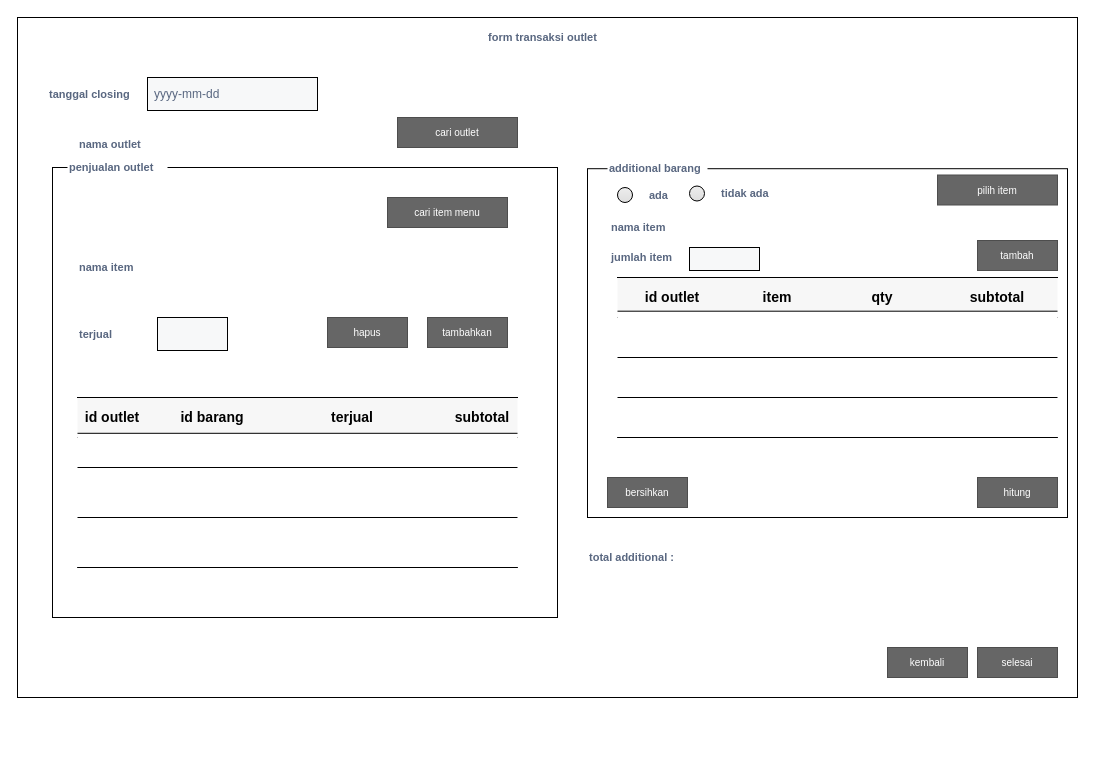
Earlier version of the draw.io diagram diagram/rancangan_layar/form_transaksi.drawio (mqnoy/kakapeh). Source tidied: cells renumbered, new cells numbered last; positions are measured from the earlier drawing's top-left corner, leaving out a move shared by most shapes. Both pictures are drawn from the tidied source at 100%, with x=0, y=0 at pixel (17, 17).
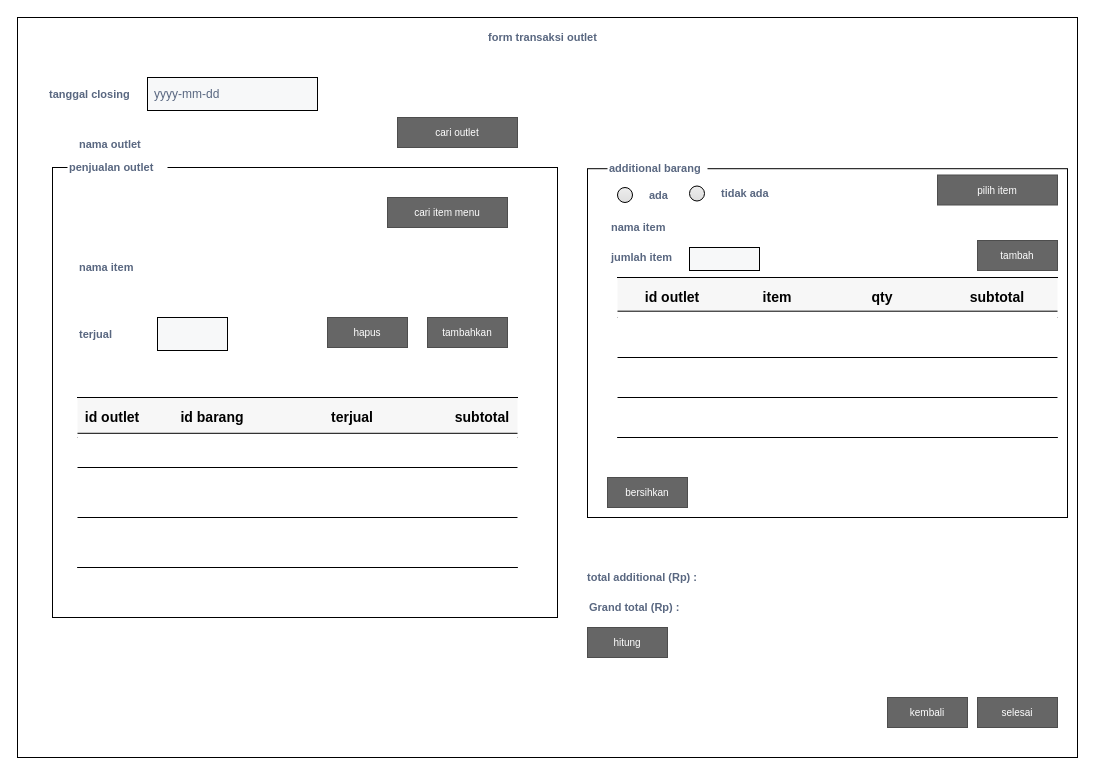
After the change.

The change refers to these unchanged cells:
```xml
<mxCell id="3" style="group;" parent="1" vertex="1">
  <mxGeometry x="570" y="140" width="480" height="360" as="geometry" />
</mxCell>
```

Diff of the diagram source:
```diff
@@
     <mxCell id="2" style="whiteSpace=wrap;html=1;rounded=0;shadow=0;labelBackgroundColor=none;strokeColor=#000000;strokeWidth=1;fillColor=none;fontFamily=Verdana;fontSize=12;fontColor=#000000;align=center;comic=0;" parent="1" vertex="1">
-      <mxGeometry width="1060" height="680" as="geometry" />
+      <mxGeometry width="1060" height="740" as="geometry" />
     </mxCell>
@@
-    <mxCell id="7" value="hitung" style="rounded=0;html=1;shadow=0;dashed=0;whiteSpace=wrap;fontSize=10;fillColor=#666666;align=center;strokeColor=#4D4D4D;fontColor=#ffffff;comic=0;" parent="3" vertex="1">
-      <mxGeometry x="390" y="320" width="80" height="30" as="geometry" />
-    </mxCell>
@@
     <mxCell id="32" value="kembali" style="rounded=0;html=1;shadow=0;dashed=0;whiteSpace=wrap;fontSize=10;fillColor=#666666;align=center;strokeColor=#4D4D4D;fontColor=#ffffff;comic=0;" parent="1" vertex="1">
-      <mxGeometry x="870" y="630" width="80" height="30" as="geometry" />
+      <mxGeometry x="870" y="680" width="80" height="30" as="geometry" />
     </mxCell>
     <mxCell id="33" value="selesai" style="rounded=0;html=1;shadow=0;dashed=0;whiteSpace=wrap;fontSize=10;fillColor=#666666;align=center;strokeColor=#4D4D4D;fontColor=#ffffff;comic=0;" parent="1" vertex="1">
-      <mxGeometry x="960" y="630" width="80" height="30" as="geometry" />
+      <mxGeometry x="960" y="680" width="80" height="30" as="geometry" />
     </mxCell>
@@
-    <mxCell id="52" value="total additional :&amp;nbsp;" style="fillColor=none;strokeColor=none;html=1;fontSize=11;fontStyle=0;align=left;fontColor=#596780;fontStyle=1;fontSize=11;comic=0;" parent="1" vertex="1">
-      <mxGeometry x="570" y="530" width="100" height="20" as="geometry" />
+    <mxCell id="52" value="total additional (Rp) :&amp;nbsp;" style="fillColor=none;strokeColor=none;html=1;fontSize=11;fontStyle=0;align=left;fontColor=#596780;fontStyle=1;fontSize=11;comic=0;" parent="1" vertex="1">
+      <mxGeometry x="568" y="550" width="122" height="20" as="geometry" />
     </mxCell>
+    <mxCell id="53" value="Grand total (Rp) :&amp;nbsp;" style="fillColor=none;strokeColor=none;html=1;fontSize=11;fontStyle=0;align=left;fontColor=#596780;fontStyle=1;fontSize=11;comic=0;" parent="1" vertex="1">
+      <mxGeometry x="570" y="580" width="100" height="20" as="geometry" />
+    </mxCell>
+    <mxCell id="7" value="hitung" style="rounded=0;html=1;shadow=0;dashed=0;whiteSpace=wrap;fontSize=10;fillColor=#666666;align=center;strokeColor=#4D4D4D;fontColor=#ffffff;comic=0;" parent="1" vertex="1">
+      <mxGeometry x="570" y="610" width="80" height="30" as="geometry" />
+    </mxCell>
```
